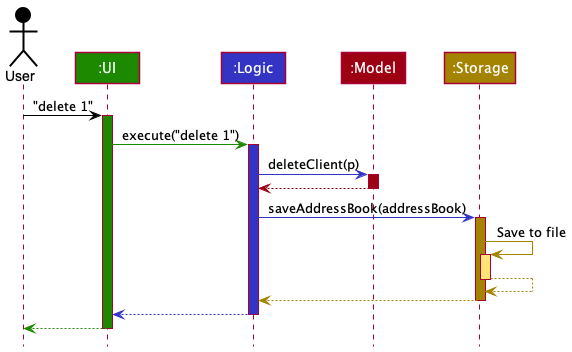
This is docs/images/ArchitectureSequenceDiagram.png from robinrojh/tp, a PlantUML export, as it was before one commit. Source of this version:
```plantuml
@startuml
!include style.puml

Actor User as user USER_COLOR
Participant ":UI" as ui UI_COLOR
Participant ":Logic" as logic LOGIC_COLOR
Participant ":Model" as model MODEL_COLOR
Participant ":Storage" as storage STORAGE_COLOR

user -[USER_COLOR]> ui : "delete 1"
activate ui UI_COLOR

ui -[UI_COLOR]> logic : execute("delete 1")
activate logic LOGIC_COLOR

logic -[LOGIC_COLOR]> model : deleteClient(p)
activate model MODEL_COLOR

model -[MODEL_COLOR]-> logic
deactivate model

logic -[LOGIC_COLOR]> storage : saveAddressBook(addressBook)
activate storage STORAGE_COLOR

storage -[STORAGE_COLOR]> storage : Save to file
activate storage STORAGE_COLOR_T1
storage --[STORAGE_COLOR]> storage
deactivate storage

storage --[STORAGE_COLOR]> logic
deactivate storage

logic --[LOGIC_COLOR]> ui
deactivate logic

ui--[UI_COLOR]> user
deactivate ui
@enduml
```
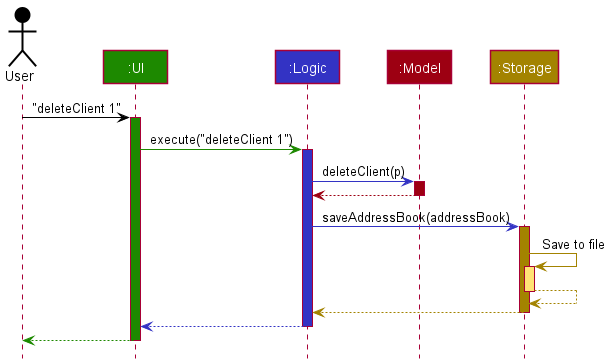
Above is the later version.

Change to the diagram source:
```diff
@@ -7,10 +7,10 @@
 Participant ":Model" as model MODEL_COLOR
 Participant ":Storage" as storage STORAGE_COLOR
 
-user -[USER_COLOR]> ui : "delete 1"
+user -[USER_COLOR]> ui : "deleteClient 1"
 activate ui UI_COLOR
 
-ui -[UI_COLOR]> logic : execute("delete 1")
+ui -[UI_COLOR]> logic : execute("deleteClient 1")
 activate logic LOGIC_COLOR
 
 logic -[LOGIC_COLOR]> model : deleteClient(p)
```
